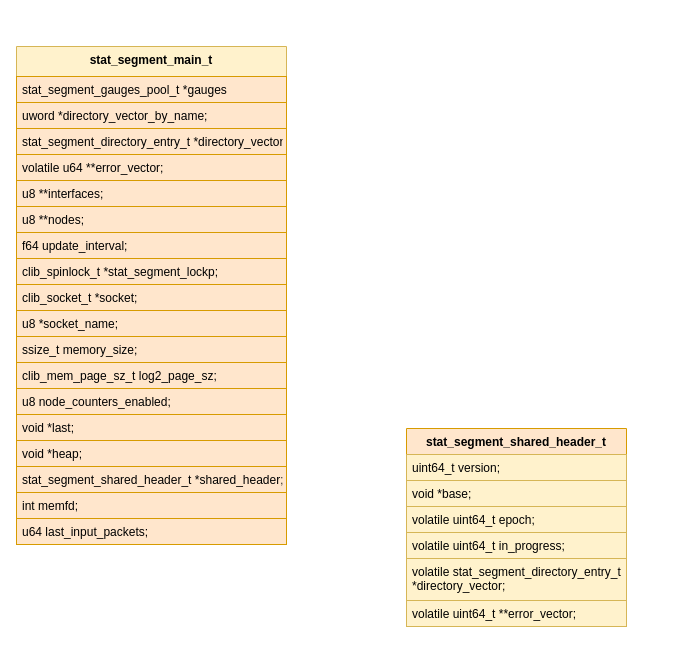
This is new_map/stats.drawio from jin13417/dpdk-vpp-learning, a draw.io file, before an edit. Source tidied: cells renumbered, new cells numbered last; positions are measured from the earlier drawing's top-left corner, leaving out a move shared by most shapes. Both pictures are drawn from the tidied source at 100%, with x=0, y=0 at pixel (16, 46).
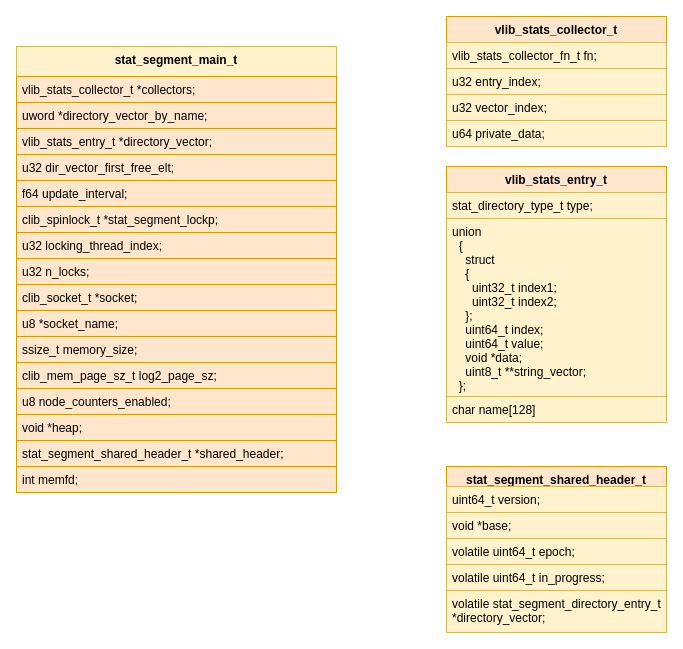
The same diagram, later.

What changed in the source:
```diff
@@
     <mxCell id="2" value="stat_segment_main_t" style="swimlane;fontStyle=1;align=center;verticalAlign=top;horizontal=1;startSize=30;fillColor=#fff2cc;strokeColor=#d6b656;" parent="1" vertex="1">
-      <mxGeometry width="270" height="498" as="geometry" />
+      <mxGeometry width="320" height="446" as="geometry" />
     </mxCell>
-    <mxCell id="3" value="stat_segment_gauges_pool_t *gauges" style="text;strokeColor=#d79b00;fillColor=#ffe6cc;align=left;verticalAlign=top;spacingLeft=4;spacingRight=4;overflow=hidden;" parent="2" vertex="1">
-      <mxGeometry y="30" width="270" height="26" as="geometry" />
+    <mxCell id="3" value="vlib_stats_collector_t *collectors;" style="text;strokeColor=#d79b00;fillColor=#ffe6cc;align=left;verticalAlign=top;spacingLeft=4;spacingRight=4;overflow=hidden;" parent="2" vertex="1">
+      <mxGeometry y="30" width="320" height="26" as="geometry" />
     </mxCell>
     <mxCell id="4" value="uword *directory_vector_by_name;" style="text;strokeColor=#d79b00;fillColor=#ffe6cc;align=left;verticalAlign=top;spacingLeft=4;spacingRight=4;overflow=hidden;" parent="2" vertex="1">
-      <mxGeometry y="56" width="270" height="26" as="geometry" />
+      <mxGeometry y="56" width="320" height="26" as="geometry" />
     </mxCell>
-    <mxCell id="5" value="stat_segment_directory_entry_t *directory_vector;" style="text;strokeColor=#d79b00;fillColor=#ffe6cc;align=left;verticalAlign=top;spacingLeft=4;spacingRight=4;overflow=hidden;" parent="2" vertex="1">
-      <mxGeometry y="82" width="270" height="26" as="geometry" />
+    <mxCell id="5" value="vlib_stats_entry_t *directory_vector;" style="text;strokeColor=#d79b00;fillColor=#ffe6cc;align=left;verticalAlign=top;spacingLeft=4;spacingRight=4;overflow=hidden;" parent="2" vertex="1">
+      <mxGeometry y="82" width="320" height="26" as="geometry" />
     </mxCell>
-    <mxCell id="6" value="volatile u64 **error_vector;" style="text;strokeColor=#d79b00;fillColor=#ffe6cc;align=left;verticalAlign=top;spacingLeft=4;spacingRight=4;overflow=hidden;" parent="2" vertex="1">
-      <mxGeometry y="108" width="270" height="26" as="geometry" />
+    <mxCell id="6" value="u32 dir_vector_first_free_elt;" style="text;strokeColor=#d79b00;fillColor=#ffe6cc;align=left;verticalAlign=top;spacingLeft=4;spacingRight=4;overflow=hidden;" parent="2" vertex="1">
+      <mxGeometry y="108" width="320" height="26" as="geometry" />
     </mxCell>
-    <mxCell id="7" value="u8 **interfaces;" style="text;strokeColor=#d79b00;fillColor=#ffe6cc;align=left;verticalAlign=top;spacingLeft=4;spacingRight=4;overflow=hidden;" parent="2" vertex="1">
-      <mxGeometry y="134" width="270" height="26" as="geometry" />
+    <mxCell id="7" value="f64 update_interval;" style="text;strokeColor=#d79b00;fillColor=#ffe6cc;align=left;verticalAlign=top;spacingLeft=4;spacingRight=4;overflow=hidden;" parent="2" vertex="1">
+      <mxGeometry y="134" width="320" height="26" as="geometry" />
     </mxCell>
-    <mxCell id="8" value="u8 **nodes;" style="text;strokeColor=#d79b00;fillColor=#ffe6cc;align=left;verticalAlign=top;spacingLeft=4;spacingRight=4;overflow=hidden;" parent="2" vertex="1">
-      <mxGeometry y="160" width="270" height="26" as="geometry" />
+    <mxCell id="8" value="clib_spinlock_t *stat_segment_lockp;" style="text;strokeColor=#d79b00;fillColor=#ffe6cc;align=left;verticalAlign=top;spacingLeft=4;spacingRight=4;overflow=hidden;" parent="2" vertex="1">
+      <mxGeometry y="160" width="320" height="26" as="geometry" />
     </mxCell>
-    <mxCell id="9" value="f64 update_interval;" style="text;strokeColor=#d79b00;fillColor=#ffe6cc;align=left;verticalAlign=top;spacingLeft=4;spacingRight=4;overflow=hidden;" parent="2" vertex="1">
-      <mxGeometry y="186" width="270" height="26" as="geometry" />
+    <mxCell id="9" value="u32 locking_thread_index;" style="text;strokeColor=#d79b00;fillColor=#ffe6cc;align=left;verticalAlign=top;spacingLeft=4;spacingRight=4;overflow=hidden;" parent="2" vertex="1">
+      <mxGeometry y="186" width="320" height="26" as="geometry" />
     </mxCell>
-    <mxCell id="10" value="clib_spinlock_t *stat_segment_lockp;" style="text;strokeColor=#d79b00;fillColor=#ffe6cc;align=left;verticalAlign=top;spacingLeft=4;spacingRight=4;overflow=hidden;" parent="2" vertex="1">
-      <mxGeometry y="212" width="270" height="26" as="geometry" />
+    <mxCell id="10" value="u32 n_locks;" style="text;strokeColor=#d79b00;fillColor=#ffe6cc;align=left;verticalAlign=top;spacingLeft=4;spacingRight=4;overflow=hidden;" parent="2" vertex="1">
+      <mxGeometry y="212" width="320" height="26" as="geometry" />
     </mxCell>
     <mxCell id="11" value="clib_socket_t *socket;" style="text;strokeColor=#d79b00;fillColor=#ffe6cc;align=left;verticalAlign=top;spacingLeft=4;spacingRight=4;overflow=hidden;" parent="2" vertex="1">
-      <mxGeometry y="238" width="270" height="26" as="geometry" />
+      <mxGeometry y="238" width="320" height="26" as="geometry" />
     </mxCell>
     <mxCell id="12" value="u8 *socket_name;" style="text;strokeColor=#d79b00;fillColor=#ffe6cc;align=left;verticalAlign=top;spacingLeft=4;spacingRight=4;overflow=hidden;" parent="2" vertex="1">
-      <mxGeometry y="264" width="270" height="26" as="geometry" />
+      <mxGeometry y="264" width="320" height="26" as="geometry" />
     </mxCell>
     <mxCell id="13" value="ssize_t memory_size;" style="text;strokeColor=#d79b00;fillColor=#ffe6cc;align=left;verticalAlign=top;spacingLeft=4;spacingRight=4;overflow=hidden;" parent="2" vertex="1">
-      <mxGeometry y="290" width="270" height="26" as="geometry" />
+      <mxGeometry y="290" width="320" height="26" as="geometry" />
     </mxCell>
     <mxCell id="14" value="clib_mem_page_sz_t log2_page_sz;" style="text;strokeColor=#d79b00;fillColor=#ffe6cc;align=left;verticalAlign=top;spacingLeft=4;spacingRight=4;overflow=hidden;" parent="2" vertex="1">
-      <mxGeometry y="316" width="270" height="26" as="geometry" />
+      <mxGeometry y="316" width="320" height="26" as="geometry" />
     </mxCell>
     <mxCell id="15" value="u8 node_counters_enabled;" style="text;strokeColor=#d79b00;fillColor=#ffe6cc;align=left;verticalAlign=top;spacingLeft=4;spacingRight=4;overflow=hidden;" parent="2" vertex="1">
-      <mxGeometry y="342" width="270" height="26" as="geometry" />
+      <mxGeometry y="342" width="320" height="26" as="geometry" />
     </mxCell>
-    <mxCell id="16" value="void *last;" style="text;strokeColor=#d79b00;fillColor=#ffe6cc;align=left;verticalAlign=top;spacingLeft=4;spacingRight=4;overflow=hidden;" parent="2" vertex="1">
-      <mxGeometry y="368" width="270" height="26" as="geometry" />
-    </mxCell>
     <mxCell id="17" value="void *heap;" style="text;strokeColor=#d79b00;fillColor=#ffe6cc;align=left;verticalAlign=top;spacingLeft=4;spacingRight=4;overflow=hidden;" parent="2" vertex="1">
-      <mxGeometry y="394" width="270" height="26" as="geometry" />
+      <mxGeometry y="368" width="320" height="26" as="geometry" />
     </mxCell>
     <mxCell id="18" value="stat_segment_shared_header_t *shared_header;" style="text;strokeColor=#d79b00;fillColor=#ffe6cc;align=left;verticalAlign=top;spacingLeft=4;spacingRight=4;overflow=hidden;" parent="2" vertex="1">
-      <mxGeometry y="420" width="270" height="26" as="geometry" />
+      <mxGeometry y="394" width="320" height="26" as="geometry" />
     </mxCell>
     <mxCell id="19" value="int memfd;" style="text;strokeColor=#d79b00;fillColor=#ffe6cc;align=left;verticalAlign=top;spacingLeft=4;spacingRight=4;overflow=hidden;" parent="2" vertex="1">
-      <mxGeometry y="446" width="270" height="26" as="geometry" />
+      <mxGeometry y="420" width="320" height="26" as="geometry" />
     </mxCell>
-    <mxCell id="20" value="u64 last_input_packets;" style="text;strokeColor=#d79b00;fillColor=#ffe6cc;align=left;verticalAlign=top;spacingLeft=4;spacingRight=4;overflow=hidden;" parent="2" vertex="1">
-      <mxGeometry y="472" width="270" height="26" as="geometry" />
-    </mxCell>
-    <mxCell id="21" value="stat_segment_shared_header_t" style="swimlane;fontStyle=1;align=center;verticalAlign=top;horizontal=1;startSize=26;strokeColor=#d79b00;fillColor=#ffe6cc;" parent="1" vertex="1">
-      <mxGeometry x="390" y="382" width="220" height="198" as="geometry" />
+    <mxCell id="21" value="stat_segment_shared_header_t" style="swimlane;fontStyle=1;align=center;verticalAlign=top;horizontal=1;startSize=20;strokeColor=#d79b00;fillColor=#ffe6cc;" parent="1" vertex="1">
+      <mxGeometry x="430" y="420" width="220" height="166" as="geometry" />
     </mxCell>
     <mxCell id="22" value="uint64_t version;" style="text;strokeColor=#d6b656;fillColor=#fff2cc;align=left;verticalAlign=top;spacingLeft=4;spacingRight=4;overflow=hidden;" parent="21" vertex="1">
-      <mxGeometry y="26" width="220" height="26" as="geometry" />
+      <mxGeometry y="20" width="220" height="26" as="geometry" />
     </mxCell>
     <mxCell id="23" value="void *base;" style="text;strokeColor=#d6b656;fillColor=#fff2cc;align=left;verticalAlign=top;spacingLeft=4;spacingRight=4;overflow=hidden;" parent="21" vertex="1">
-      <mxGeometry y="52" width="220" height="26" as="geometry" />
+      <mxGeometry y="46" width="220" height="26" as="geometry" />
     </mxCell>
     <mxCell id="24" value="volatile uint64_t epoch;" style="text;strokeColor=#d6b656;fillColor=#fff2cc;align=left;verticalAlign=top;spacingLeft=4;spacingRight=4;overflow=hidden;" parent="21" vertex="1">
-      <mxGeometry y="78" width="220" height="26" as="geometry" />
+      <mxGeometry y="72" width="220" height="26" as="geometry" />
     </mxCell>
     <mxCell id="25" value="volatile uint64_t in_progress;" style="text;strokeColor=#d6b656;fillColor=#fff2cc;align=left;verticalAlign=top;spacingLeft=4;spacingRight=4;overflow=hidden;" parent="21" vertex="1">
-      <mxGeometry y="104" width="220" height="26" as="geometry" />
+      <mxGeometry y="98" width="220" height="26" as="geometry" />
     </mxCell>
     <mxCell id="26" value="volatile stat_segment_directory_entry_t &#10;*directory_vector;" style="text;strokeColor=#d6b656;fillColor=#fff2cc;align=left;verticalAlign=top;spacingLeft=4;spacingRight=4;overflow=hidden;" parent="21" vertex="1">
-      <mxGeometry y="130" width="220" height="42" as="geometry" />
+      <mxGeometry y="124" width="220" height="42" as="geometry" />
     </mxCell>
-    <mxCell id="27" value="volatile uint64_t **error_vector;" style="text;strokeColor=#d6b656;fillColor=#fff2cc;align=left;verticalAlign=top;spacingLeft=4;spacingRight=4;overflow=hidden;" parent="21" vertex="1">
-      <mxGeometry y="172" width="220" height="26" as="geometry" />
-    </mxCell>
+    <mxCell id="28" value="vlib_stats_collector_t" style="swimlane;fontStyle=1;align=center;verticalAlign=top;horizontal=1;startSize=26;strokeColor=#d79b00;fillColor=#ffe6cc;" parent="1" vertex="1">
+      <mxGeometry x="430" y="-30" width="220" height="130" as="geometry" />
+    </mxCell>
+    <mxCell id="29" value="vlib_stats_collector_fn_t fn;" style="text;strokeColor=#d6b656;fillColor=#fff2cc;align=left;verticalAlign=top;spacingLeft=4;spacingRight=4;overflow=hidden;" parent="28" vertex="1">
+      <mxGeometry y="26" width="220" height="26" as="geometry" />
+    </mxCell>
+    <mxCell id="30" value="u32 entry_index;" style="text;strokeColor=#d6b656;fillColor=#fff2cc;align=left;verticalAlign=top;spacingLeft=4;spacingRight=4;overflow=hidden;" parent="28" vertex="1">
+      <mxGeometry y="52" width="220" height="26" as="geometry" />
+    </mxCell>
+    <mxCell id="31" value="u32 vector_index;" style="text;strokeColor=#d6b656;fillColor=#fff2cc;align=left;verticalAlign=top;spacingLeft=4;spacingRight=4;overflow=hidden;" parent="28" vertex="1">
+      <mxGeometry y="78" width="220" height="26" as="geometry" />
+    </mxCell>
+    <mxCell id="32" value="u64 private_data;" style="text;strokeColor=#d6b656;fillColor=#fff2cc;align=left;verticalAlign=top;spacingLeft=4;spacingRight=4;overflow=hidden;" parent="28" vertex="1">
+      <mxGeometry y="104" width="220" height="26" as="geometry" />
+    </mxCell>
+    <mxCell id="33" value="vlib_stats_entry_t" style="swimlane;fontStyle=1;align=center;verticalAlign=top;horizontal=1;startSize=26;strokeColor=#d79b00;fillColor=#ffe6cc;" parent="1" vertex="1">
+      <mxGeometry x="430" y="120" width="220" height="256" as="geometry" />
+    </mxCell>
+    <mxCell id="34" value="stat_directory_type_t type;" style="text;strokeColor=#d6b656;fillColor=#fff2cc;align=left;verticalAlign=top;spacingLeft=4;spacingRight=4;overflow=hidden;" parent="33" vertex="1">
+      <mxGeometry y="26" width="220" height="26" as="geometry" />
+    </mxCell>
+    <mxCell id="35" value="union&#10;  {&#10;    struct&#10;    {&#10;      uint32_t index1;&#10;      uint32_t index2;&#10;    };&#10;    uint64_t index;&#10;    uint64_t value;&#10;    void *data;&#10;    uint8_t **string_vector;&#10;  };" style="text;strokeColor=#d6b656;fillColor=#fff2cc;align=left;verticalAlign=top;spacingLeft=4;spacingRight=4;overflow=hidden;" parent="33" vertex="1">
+      <mxGeometry y="52" width="220" height="178" as="geometry" />
+    </mxCell>
+    <mxCell id="36" value="char name[128]" style="text;strokeColor=#d6b656;fillColor=#fff2cc;align=left;verticalAlign=top;spacingLeft=4;spacingRight=4;overflow=hidden;" parent="33" vertex="1">
+      <mxGeometry y="230" width="220" height="26" as="geometry" />
+    </mxCell>
```
